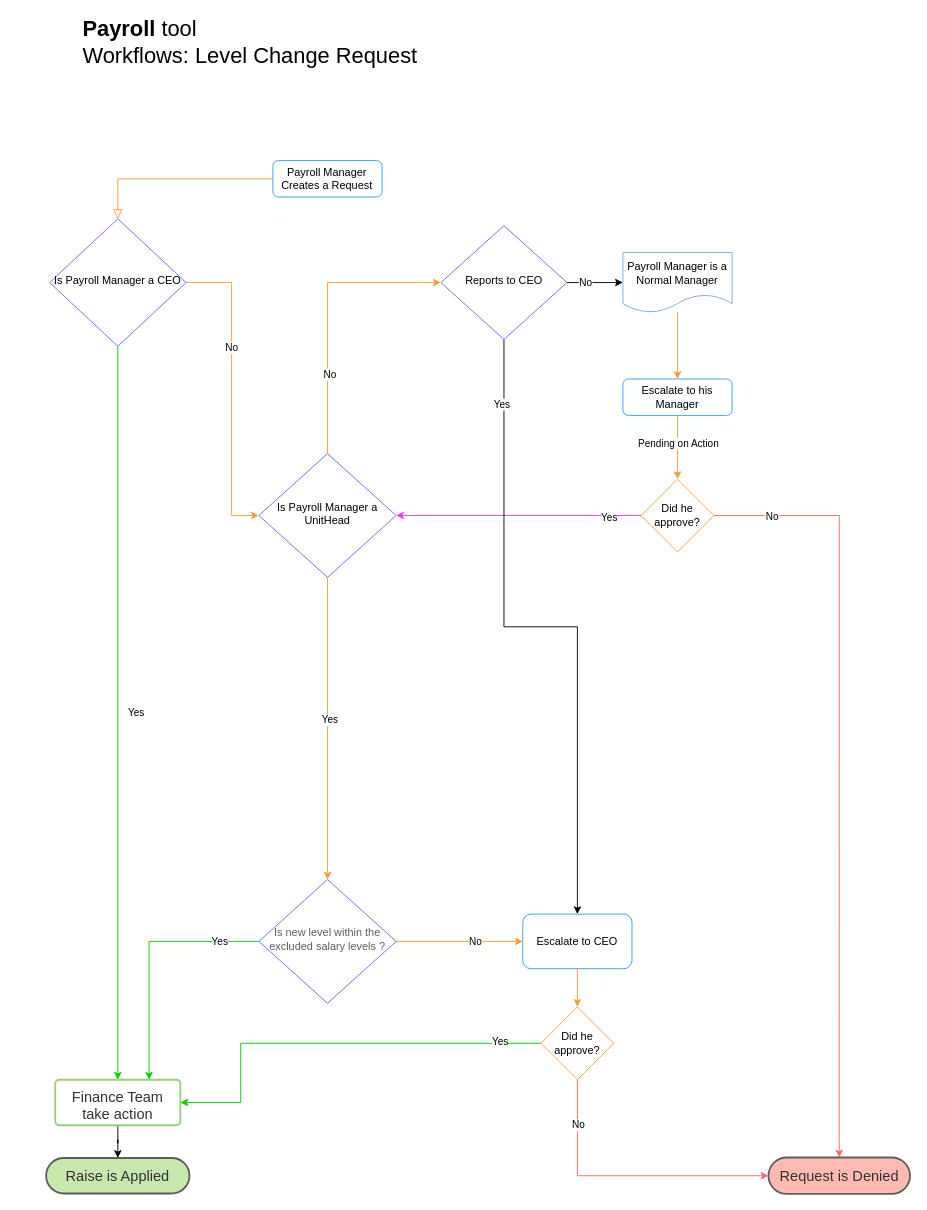
Before: LevelChange/Untitled Diagram.drawio in paula-at-flairs/Payroll-Workflows, a draw.io diagram. Source tidied: cells renumbered, new cells numbered last; positions are measured from the earlier drawing's top-left corner, leaving out a move shared by most shapes. Both pictures are drawn from the tidied source at 91%, with x=0, y=0 at pixel (46, 24).
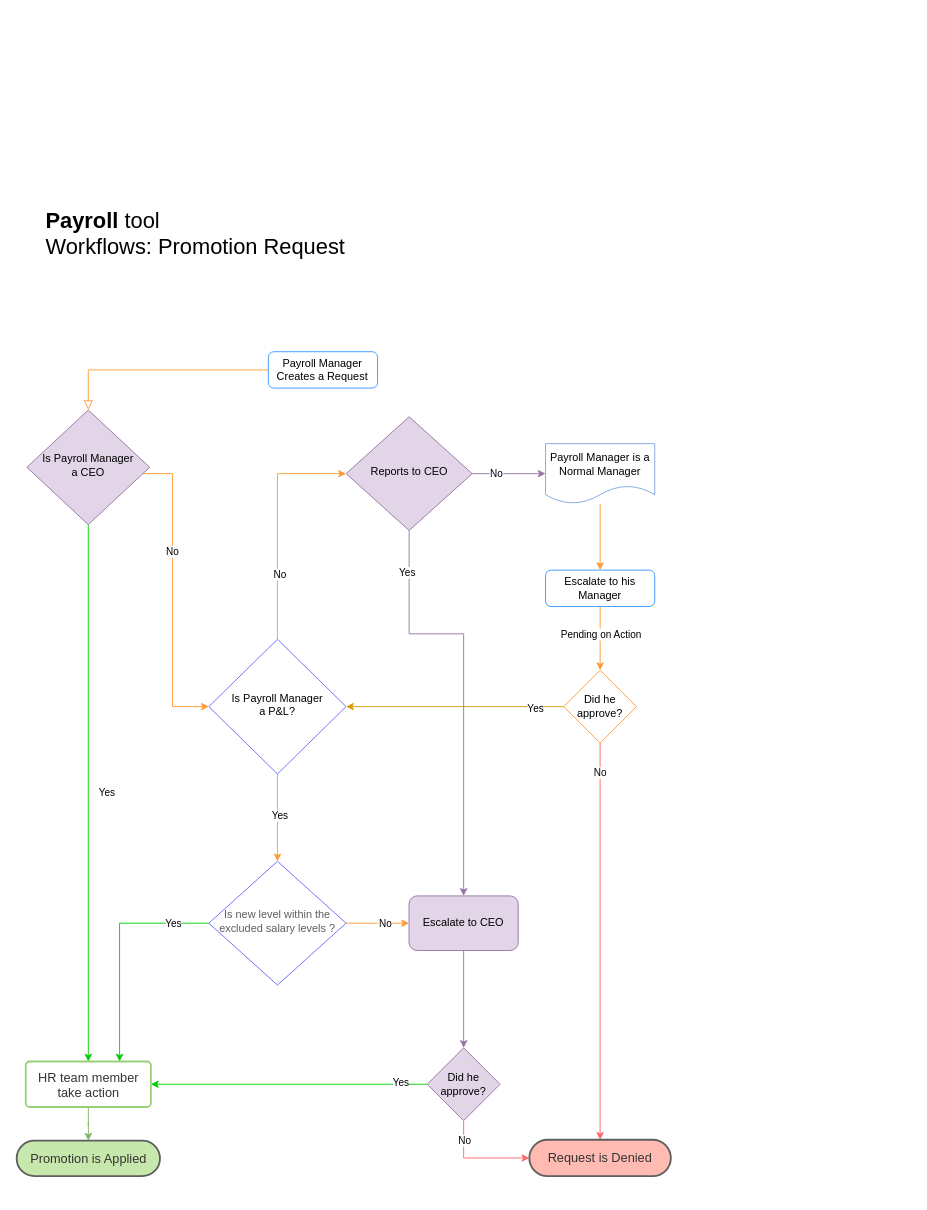
After the change.

Commit message (it also covers changes not shown here):
changed level request to be promotion

The change refers to these unchanged cells:
```xml
<mxCell id="36" style="edgeStyle=orthogonalEdgeStyle;rounded=0;jettySize=auto;html=1;entryX=0;entryY=0.5;entryDx=0;entryDy=0;exitX=0.5;exitY=1;exitDx=0;exitDy=0;strokeColor=#FF6666;" parent="1" edge="1" source="38" target="26">
  <mxGeometry relative="1" as="geometry" />
</mxCell>
```

What changed in the source:
```diff
@@
     <mxCell id="3" value="Payroll Manager Creates a Request" style="rounded=1;whiteSpace=wrap;html=1;fontSize=12;glass=0;strokeWidth=1;shadow=0;strokeColor=#3399FF;" parent="1" vertex="1">
-      <mxGeometry x="249.4" y="150" width="120" height="40" as="geometry" />
+      <mxGeometry x="244.4" y="360" width="120" height="40" as="geometry" />
     </mxCell>
@@
     <mxCell id="5" style="edgeStyle=orthogonalEdgeStyle;rounded=0;jettySize=auto;html=1;entryX=0;entryY=0.5;entryDx=0;entryDy=0;strokeColor=#FF9933;" parent="1" edge="1" source="7" target="15">
       <mxGeometry relative="1" as="geometry">
         <Array as="points">
-          <mxPoint x="204" y="284" />
-          <mxPoint x="204" y="540" />
+          <mxPoint x="139" y="494" />
+          <mxPoint x="139" y="750" />
         </Array>
       </mxGeometry>
     </mxCell>
@@
-    <mxCell id="7" value="Is Payroll Manager a CEO" style="rhombus;whiteSpace=wrap;html=1;shadow=0;fontFamily=Helvetica;fontSize=12;align=center;strokeWidth=1;spacing=6;spacingTop=-4;strokeColor=#6666FF;" parent="1" vertex="1">
-      <mxGeometry x="4" y="214" width="150" height="140" as="geometry" />
+    <mxCell id="7" value="Is Payroll Manager &lt;br&gt;a CEO" style="rhombus;whiteSpace=wrap;html=1;shadow=0;fontFamily=Helvetica;fontSize=12;align=center;strokeWidth=1;spacing=6;spacingTop=-4;strokeColor=#9673a6;fillColor=#e1d5e7;" parent="1" vertex="1">
+      <mxGeometry x="-21" y="424" width="135" height="126" as="geometry" />
     </mxCell>
-    <mxCell id="8" style="edgeStyle=orthogonalEdgeStyle;rounded=0;jettySize=auto;html=1;" parent="1" edge="1" source="9" target="10">
+    <mxCell id="8" style="edgeStyle=orthogonalEdgeStyle;rounded=0;jettySize=auto;html=1;fillColor=#d5e8d4;strokeColor=#82b366;" parent="1" edge="1" source="9" target="10">
       <mxGeometry relative="1" as="geometry" />
     </mxCell>
-    <mxCell id="9" value="Finance Team take action" style="html=1;overflow=block;blockSpacing=1;whiteSpace=wrap;whiteSpace=wrap;fontSize=16;fontColor=#333333;spacing=9;strokeColor=#97D077;strokeOpacity=100;rounded=1;absoluteArcSize=1;arcSize=9;strokeWidth=2;" parent="1" vertex="1">
-      <mxGeometry x="10.2" y="1160" width="137.5" height="50" as="geometry" />
+    <mxCell id="9" value="HR team member take action" style="html=1;overflow=block;blockSpacing=1;whiteSpace=wrap;whiteSpace=wrap;fontSize=14;fontColor=#333333;spacing=9;strokeColor=#97D077;strokeOpacity=100;rounded=1;absoluteArcSize=1;arcSize=9;strokeWidth=2;" parent="1" vertex="1">
+      <mxGeometry x="-22.2" y="1140" width="137.5" height="50" as="geometry" />
     </mxCell>
-    <mxCell id="10" value="Raise is Applied" style="html=1;overflow=block;blockSpacing=1;whiteSpace=wrap;rounded=1;arcSize=50;whiteSpace=wrap;fontSize=16;fontColor=#333333;spacing=4;strokeColor=#5e5e5e;strokeOpacity=100;fillOpacity=100;fillColor=#c7e8ac;strokeWidth=2;" parent="1" vertex="1">
-      <mxGeometry x="0.2" y="1246" width="157.5" height="39" as="geometry" />
+    <mxCell id="10" value="Promotion is Applied" style="html=1;overflow=block;blockSpacing=1;whiteSpace=wrap;rounded=1;arcSize=50;whiteSpace=wrap;fontSize=14;fontColor=#333333;spacing=4;strokeColor=#5e5e5e;strokeOpacity=100;fillOpacity=100;fillColor=#c7e8ac;strokeWidth=2;" parent="1" vertex="1">
+      <mxGeometry x="-32.2" y="1227" width="157.5" height="39" as="geometry" />
     </mxCell>
@@
     <mxCell id="13" style="edgeStyle=orthogonalEdgeStyle;rounded=0;jettySize=auto;html=1;exitX=0.5;exitY=0;exitDx=0;exitDy=0;strokeColor=#FF9933;entryX=0;entryY=0.5;entryDx=0;entryDy=0;" parent="1" edge="1" source="15" target="44">
       <mxGeometry relative="1" as="geometry">
         <Array as="points">
-          <mxPoint x="309" y="284" />
-          <mxPoint x="414" y="284" />
+          <mxPoint x="304" y="494" />
+          <mxPoint x="409" y="494" />
         </Array>
       </mxGeometry>
     </mxCell>
@@
-    <mxCell id="15" value="Is Payroll Manager a UnitHead" style="rhombus;whiteSpace=wrap;html=1;shadow=0;fontFamily=Helvetica;fontSize=12;align=center;strokeWidth=1;spacing=6;spacingTop=-4;strokeColor=#6666FF;" parent="1" vertex="1">
-      <mxGeometry x="234" y="472" width="150.8" height="136" as="geometry" />
+    <mxCell id="15" value="Is Payroll Manager &lt;br&gt;a P&amp;amp;L?" style="rhombus;whiteSpace=wrap;html=1;shadow=0;fontFamily=Helvetica;fontSize=12;align=center;strokeWidth=1;spacing=6;spacingTop=-4;strokeColor=#6666FF;" parent="1" vertex="1">
+      <mxGeometry x="179" y="676" width="150.8" height="148" as="geometry" />
     </mxCell>
@@
     <mxCell id="17" value="Payroll Manager is a Normal Manager" style="shape=document;whiteSpace=wrap;html=1;boundedLbl=1;strokeColor=#7EA6E0;" parent="1" vertex="1">
-      <mxGeometry x="634" y="251" width="120" height="66" as="geometry" />
+      <mxGeometry x="549" y="461" width="120" height="66" as="geometry" />
     </mxCell>
@@
     <mxCell id="20" value="Escalate to his Manager" style="rounded=1;whiteSpace=wrap;html=1;fontSize=12;glass=0;strokeWidth=1;shadow=0;strokeColor=#3399FF;" parent="1" vertex="1">
-      <mxGeometry x="634" y="390" width="120" height="40" as="geometry" />
+      <mxGeometry x="549" y="600" width="120" height="40" as="geometry" />
     </mxCell>
@@
-    <mxCell id="23" style="edgeStyle=orthogonalEdgeStyle;rounded=0;jettySize=auto;html=1;exitX=0;exitY=0.5;exitDx=0;exitDy=0;entryX=1;entryY=0.5;entryDx=0;entryDy=0;strokeColor=#FF33FF;" parent="1" edge="1" source="25" target="15">
+    <mxCell id="23" style="edgeStyle=orthogonalEdgeStyle;rounded=0;jettySize=auto;html=1;exitX=0;exitY=0.5;exitDx=0;exitDy=0;entryX=1;entryY=0.5;entryDx=0;entryDy=0;strokeColor=#d79b00;fillColor=#ffe6cc;" parent="1" edge="1" source="25" target="15">
       <mxGeometry relative="1" as="geometry" />
     </mxCell>
@@
     <mxCell id="25" value="Did he approve?" style="rhombus;whiteSpace=wrap;html=1;strokeColor=#FF9933;" parent="1" vertex="1">
-      <mxGeometry x="654" y="500" width="80" height="80" as="geometry" />
+      <mxGeometry x="569" y="710" width="80" height="80" as="geometry" />
     </mxCell>
-    <mxCell id="26" value="Request is Denied" style="html=1;overflow=block;blockSpacing=1;whiteSpace=wrap;rounded=1;arcSize=50;whiteSpace=wrap;fontSize=16;fontColor=#333333;spacing=4;strokeColor=#5e5e5e;strokeOpacity=100;fillOpacity=100;fillColor=#ffbbb1;strokeWidth=2;" parent="1" vertex="1">
-      <mxGeometry x="794" y="1245.5" width="155.5" height="40" as="geometry" />
+    <mxCell id="26" value="Request is Denied" style="html=1;overflow=block;blockSpacing=1;whiteSpace=wrap;rounded=1;arcSize=50;whiteSpace=wrap;fontSize=14;fontColor=#333333;spacing=4;strokeColor=#5e5e5e;strokeOpacity=100;fillOpacity=100;fillColor=#ffbbb1;strokeWidth=2;" parent="1" vertex="1">
+      <mxGeometry x="531.2" y="1226" width="155.5" height="40" as="geometry" />
     </mxCell>
@@
     <mxCell id="31" value="&lt;span data-lucid-content=&quot;{&amp;#34;t&amp;#34;:&amp;#34;Is it within the excluded salary levels ?&amp;#34;,&amp;#34;m&amp;#34;:[{&amp;#34;s&amp;#34;:0,&amp;#34;n&amp;#34;:&amp;#34;c&amp;#34;,&amp;#34;v&amp;#34;:&amp;#34;#5e5e5eff&amp;#34;,&amp;#34;e&amp;#34;:41},{&amp;#34;s&amp;#34;:0,&amp;#34;n&amp;#34;:&amp;#34;s&amp;#34;,&amp;#34;v&amp;#34;:22.22222222222222,&amp;#34;e&amp;#34;:41}]}&quot;&gt;&lt;span style=&quot;color: rgb(94 , 94 , 94)&quot;&gt;&lt;font style=&quot;font-size: 12px&quot;&gt;Is new level within the excluded salary levels ?&lt;/font&gt;&lt;/span&gt;&lt;/span&gt;" style="rhombus;whiteSpace=wrap;html=1;shadow=0;fontFamily=Helvetica;fontSize=12;align=center;strokeWidth=1;spacing=6;spacingTop=-4;strokeColor=#6666FF;" parent="1" vertex="1">
-      <mxGeometry x="234" y="940" width="150.8" height="136" as="geometry" />
+      <mxGeometry x="179" y="920" width="150.8" height="136" as="geometry" />
     </mxCell>
-    <mxCell id="32" style="edgeStyle=orthogonalEdgeStyle;rounded=0;jettySize=auto;html=1;entryX=0.5;entryY=0;entryDx=0;entryDy=0;strokeColor=#FF9933;" parent="1" edge="1" source="33" target="38">
+    <mxCell id="32" style="edgeStyle=orthogonalEdgeStyle;rounded=0;jettySize=auto;html=1;entryX=0.5;entryY=0;entryDx=0;entryDy=0;strokeColor=#9673a6;fillColor=#e1d5e7;" parent="1" edge="1" source="33" target="38">
       <mxGeometry relative="1" as="geometry" />
     </mxCell>
-    <mxCell id="33" value="Escalate to CEO" style="rounded=1;whiteSpace=wrap;html=1;strokeColor=#3399FF;" parent="1" vertex="1">
-      <mxGeometry x="524" y="978" width="120" height="60" as="geometry" />
+    <mxCell id="33" value="Escalate to CEO" style="rounded=1;whiteSpace=wrap;html=1;strokeColor=#9673a6;fillColor=#e1d5e7;" parent="1" vertex="1">
+      <mxGeometry x="399" y="958" width="120" height="60" as="geometry" />
     </mxCell>
-    <mxCell id="34" style="edgeStyle=orthogonalEdgeStyle;rounded=0;jettySize=auto;html=1;entryX=1;entryY=0.5;entryDx=0;entryDy=0;strokeColor=#00CC00;" parent="1" edge="1" source="38" target="9">
+    <mxCell id="34" style="edgeStyle=orthogonalEdgeStyle;rounded=0;jettySize=auto;html=1;entryX=1;entryY=0.5;entryDx=0;entryDy=0;strokeColor=#00CC00;exitX=0;exitY=0.5;exitDx=0;exitDy=0;" parent="1" edge="1" source="38" target="9">
       <mxGeometry relative="1" as="geometry">
         <Array as="points">
-          <mxPoint x="214" y="1120" />
-          <mxPoint x="214" y="1185" />
+          <mxPoint x="419" y="1165" />
+          <mxPoint x="419" y="1165" />
         </Array>
       </mxGeometry>
     </mxCell>
@@
     <mxCell id="37" value="No" style="edgeLabel;html=1;align=center;verticalAlign=middle;" parent="36" vertex="1">
       <mxGeometry x="-0.44" y="2" relative="1" as="geometry">
-        <mxPoint x="-2" y="-38.2" as="offset" />
+        <mxPoint x="-2" y="-10.4" as="offset" />
       </mxGeometry>
     </mxCell>
-    <mxCell id="38" value="Did he approve?" style="rhombus;whiteSpace=wrap;html=1;strokeColor=#FF9933;" parent="1" vertex="1">
-      <mxGeometry x="544" y="1080" width="80" height="80" as="geometry" />
+    <mxCell id="38" value="Did he approve?" style="rhombus;whiteSpace=wrap;html=1;strokeColor=#9673a6;fillColor=#e1d5e7;" parent="1" vertex="1">
+      <mxGeometry x="419" y="1125" width="80" height="80" as="geometry" />
     </mxCell>
-    <mxCell id="39" value="&lt;div style=&quot;text-align: left&quot;&gt;&lt;font style=&quot;font-size: 24px&quot;&gt;&lt;b&gt;Payroll &lt;/b&gt;tool&lt;/font&gt;&lt;/div&gt;&lt;font style=&quot;font-size: 24px&quot;&gt;&lt;div style=&quot;text-align: left&quot;&gt;&lt;span&gt;Workflows: Level Change Request&lt;/span&gt;&lt;/div&gt;&lt;/font&gt;" style="text;html=1;align=center;verticalAlign=middle;" parent="1" vertex="1">
-      <mxGeometry x="34" width="380" height="40" as="geometry" />
+    <mxCell id="39" value="&lt;div style=&quot;text-align: left&quot;&gt;&lt;font style=&quot;font-size: 24px&quot;&gt;&lt;b&gt;Payroll &lt;/b&gt;tool&lt;/font&gt;&lt;/div&gt;&lt;font style=&quot;font-size: 24px&quot;&gt;&lt;div style=&quot;text-align: left&quot;&gt;&lt;span&gt;Workflows: Promotion Request&lt;/span&gt;&lt;/div&gt;&lt;/font&gt;" style="text;html=1;align=center;verticalAlign=middle;" parent="1" vertex="1">
+      <mxGeometry x="-6" y="210" width="340" height="40" as="geometry" />
     </mxCell>
-    <mxCell id="40" style="edgeStyle=orthogonalEdgeStyle;rounded=0;jettySize=auto;html=1;entryX=0.5;entryY=0;entryDx=0;entryDy=0;" parent="1" edge="1" source="44" target="33">
-      <mxGeometry relative="1" as="geometry" />
+    <mxCell id="40" style="edgeStyle=orthogonalEdgeStyle;rounded=0;jettySize=auto;html=1;entryX=0.5;entryY=0;entryDx=0;entryDy=0;exitX=0.5;exitY=1;exitDx=0;exitDy=0;fillColor=#e1d5e7;strokeColor=#9673a6;" parent="1" edge="1" source="44" target="33">
+      <mxGeometry relative="1" as="geometry">
+        <Array as="points">
+          <mxPoint x="399" y="670" />
+          <mxPoint x="459" y="670" />
+        </Array>
+      </mxGeometry>
     </mxCell>
@@
-    <mxCell id="42" style="edgeStyle=orthogonalEdgeStyle;rounded=0;jettySize=auto;html=1;entryX=0;entryY=0.5;entryDx=0;entryDy=0;" parent="1" edge="1" source="44" target="17">
+    <mxCell id="42" style="edgeStyle=orthogonalEdgeStyle;rounded=0;jettySize=auto;html=1;entryX=0;entryY=0.5;entryDx=0;entryDy=0;fillColor=#e1d5e7;strokeColor=#9673a6;" parent="1" edge="1" source="44" target="17">
       <mxGeometry relative="1" as="geometry" />
     </mxCell>
@@
-    <mxCell id="44" value="Reports to CEO" style="rhombus;whiteSpace=wrap;html=1;shadow=0;fontFamily=Helvetica;fontSize=12;align=center;strokeWidth=1;spacing=6;spacingTop=-4;strokeColor=#6666FF;" parent="1" vertex="1">
-      <mxGeometry x="434" y="221.5" width="138.6" height="125" as="geometry" />
+    <mxCell id="44" value="Reports to CEO" style="rhombus;whiteSpace=wrap;html=1;shadow=0;fontFamily=Helvetica;fontSize=12;align=center;strokeWidth=1;spacing=6;spacingTop=-4;strokeColor=#9673a6;fillColor=#e1d5e7;" parent="1" vertex="1">
+      <mxGeometry x="329.8" y="431.5" width="138.6" height="125" as="geometry" />
     </mxCell>
```
